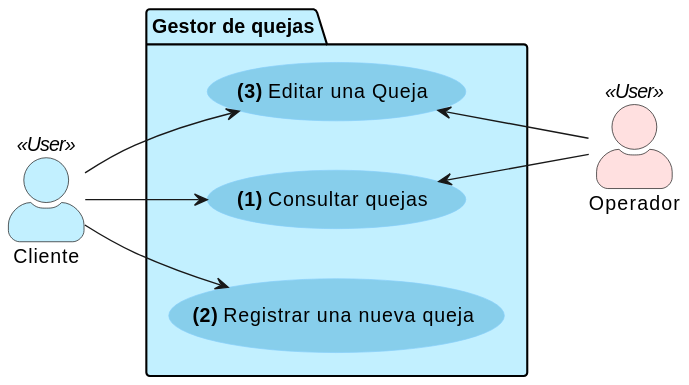
The PlantUML diagram doc/plantuml-out/doc/casos-de-uso/quejas/quejas.svg in calmecac-community/lacandon, before a commit.
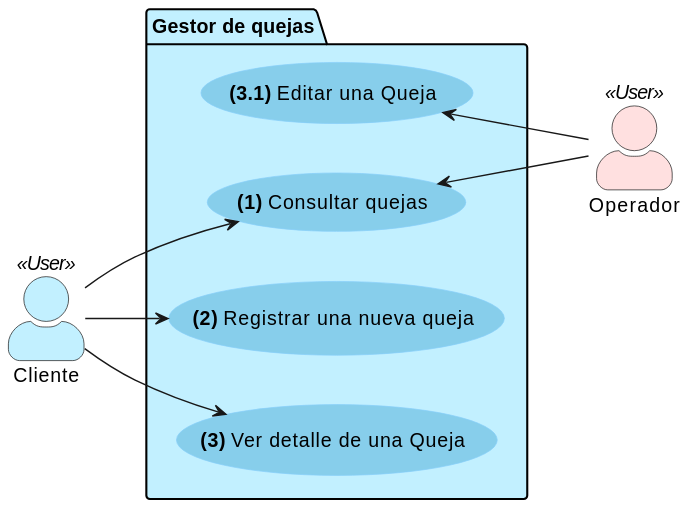
The same file after the commit.

Commit message:
se agregan las pantallas del gestor de quejas y gestor de inventario

What changed in the source:
```diff
@@ -12,13 +12,14 @@
 package "Gestor de quejas" #APPLICATION{
   usecase "<b>(1)</b> Consultar quejas" as consultarQuejas
   usecase "<b>(2)</b> Registrar una nueva queja" as registrarQueja
-  usecase "<b>(3)</b> Editar una Queja" as editarQueja
+  usecase "<b>(3)</b> Ver detalle de una Queja" as verQueja
+  usecase "<b>(3.1)</b> Editar una Queja" as editarQueja
 }
 
 Operador -up-> consultarQuejas
 Operador -up-> editarQueja
 
 Cliente --> consultarQuejas
-Cliente --> editarQueja
+Cliente --> verQueja
 Cliente --> registrarQueja
 @enduml
```
